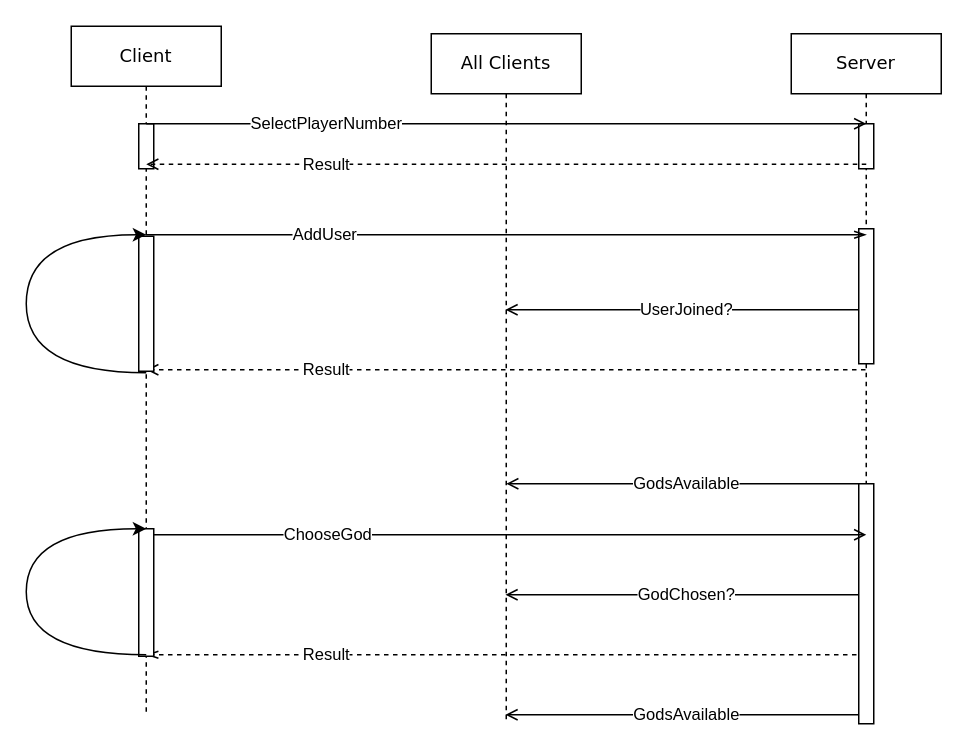
This is page "Page-1" (1 of 4) of uml/communication.drawio from imDema/ing-sw-2020-Centurelli-DeMartini-Deori, a draw.io file, before an edit. Source tidied: cells renumbered, new cells numbered last; positions are measured from the earlier drawing's top-left corner, leaving out a move shared by most shapes. Both pictures are drawn from the tidied source at 150%, with x=0, y=0 at pixel (26, 26).
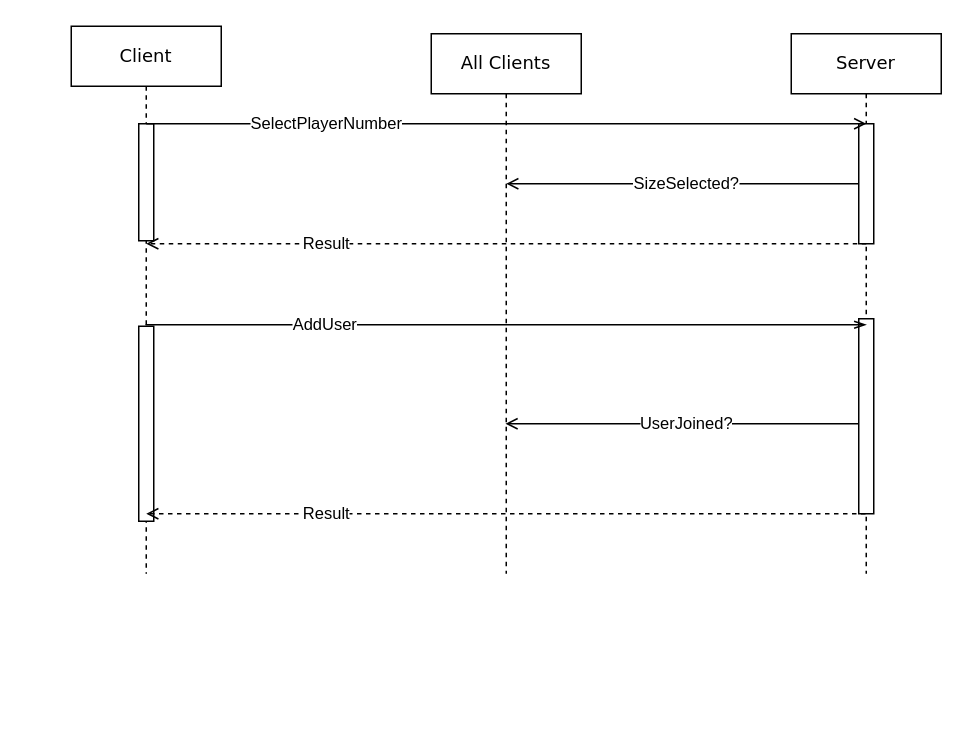
The same page after the edit.

Diff of the diagram source:
```diff
@@
+    <mxCell id="23" value="SizeSelected?" style="edgeStyle=none;rounded=0;orthogonalLoop=1;jettySize=auto;html=1;endArrow=open;endFill=0;" parent="1" edge="1">
+      <mxGeometry relative="1" as="geometry">
+        <mxPoint x="560" y="105" as="sourcePoint" />
+        <mxPoint x="320" y="105" as="targetPoint" />
+        <Array as="points">
+          <mxPoint x="555.5" y="105" />
+        </Array>
+      </mxGeometry>
+    </mxCell>
-    <mxCell id="2" value="UserJoined?" style="edgeStyle=none;rounded=0;jettySize=auto;html=1;endArrow=open;endFill=0;" parent="1" edge="1" source="8" target="17">
+    <mxCell id="2" value="UserJoined?" style="edgeStyle=none;rounded=0;orthogonalLoop=1;jettySize=auto;html=1;endArrow=open;endFill=0;" parent="1" edge="1">
       <mxGeometry relative="1" as="geometry">
+        <mxPoint x="559.5" y="265" as="sourcePoint" />
+        <mxPoint x="319.5" y="265" as="targetPoint" />
         <Array as="points">
-          <mxPoint x="555" y="189" />
+          <mxPoint x="555" y="265" />
         </Array>
       </mxGeometry>
     </mxCell>
-    <mxCell id="3" value="Result" style="edgeStyle=none;rounded=0;jettySize=auto;html=1;dashed=1;endArrow=open;endFill=0;" parent="1" edge="1" source="8">
-      <mxGeometry x="0.5" relative="1" as="geometry">
-        <mxPoint x="80" y="229" as="targetPoint" />
-        <Array as="points">
-          <mxPoint x="355" y="229" />
-          <mxPoint x="245" y="229" />
-        </Array>
-      </mxGeometry>
-    </mxCell>
-    <mxCell id="4" value="GodsAvailable" style="edgeStyle=none;rounded=0;orthogonalLoop=1;jettySize=auto;html=1;endArrow=open;endFill=0;" parent="1" edge="1">
-      <mxGeometry relative="1" as="geometry">
-        <mxPoint x="560" y="305" as="sourcePoint" />
-        <mxPoint x="320" y="305" as="targetPoint" />
-      </mxGeometry>
-    </mxCell>
-    <mxCell id="5" value="Result" style="rounded=0;jettySize=auto;html=1;endArrow=openThin;endFill=0;dashed=1;" parent="1" edge="1" source="8">
-      <mxGeometry x="0.5" relative="1" as="geometry">
-        <mxPoint x="80" y="419" as="targetPoint" />
-      </mxGeometry>
-    </mxCell>
-    <mxCell id="6" value="GodsAvailable" style="edgeStyle=none;rounded=0;jettySize=auto;html=1;endArrow=open;endFill=0;" parent="1" edge="1" target="17">
-      <mxGeometry x="0.24" relative="1" as="geometry">
-        <mxPoint x="474.5" y="459" as="sourcePoint" />
-        <Array as="points">
-          <mxPoint x="555" y="459" />
-        </Array>
-      </mxGeometry>
-    </mxCell>
-    <mxCell id="7" value="GodChosen?" style="edgeStyle=none;rounded=0;jettySize=auto;html=1;endArrow=open;endFill=0;" parent="1" edge="1" target="17">
-      <mxGeometry x="0.25" relative="1" as="geometry">
-        <mxPoint x="480" y="379" as="sourcePoint" />
-        <Array as="points">
-          <mxPoint x="560" y="379" />
-        </Array>
-      </mxGeometry>
-    </mxCell>
     <mxCell id="8" value="Server" style="shape=umlLifeline;perimeter=lifelinePerimeter;whiteSpace=wrap;html=1;outlineConnect=0;rounded=0;shadow=0;comic=0;labelBackgroundColor=none;strokeWidth=1;fontFamily=Verdana;fontSize=12;align=center;" parent="1" vertex="1">
-      <mxGeometry x="510" y="5" width="100" height="450" as="geometry" />
+      <mxGeometry x="510" y="5" width="100" height="360" as="geometry" />
     </mxCell>
     <mxCell id="9" style="html=1;perimeter=orthogonalPerimeter;" parent="8" vertex="1">
-      <mxGeometry x="45" y="130" width="10" height="90" as="geometry" />
+      <mxGeometry x="45" y="190" width="10" height="130" as="geometry" />
     </mxCell>
-    <mxCell id="10" style="html=1;perimeter=orthogonalPerimeter;" parent="8" vertex="1">
-      <mxGeometry x="45" y="300" width="10" height="160" as="geometry" />
-    </mxCell>
     <mxCell id="11" style="html=1;perimeter=orthogonalPerimeter;" parent="8" vertex="1">
-      <mxGeometry x="45" y="60" width="10" height="30" as="geometry" />
+      <mxGeometry x="45" y="60" width="10" height="80" as="geometry" />
     </mxCell>
-    <mxCell id="12" value="ChooseGod" style="rounded=0;orthogonalLoop=1;jettySize=auto;html=1;endArrow=open;endFill=0;" parent="1" edge="1">
-      <mxGeometry x="-0.51" relative="1" as="geometry">
-        <mxPoint x="84.5" y="339" as="sourcePoint" />
-        <mxPoint x="560" y="339" as="targetPoint" />
-      </mxGeometry>
-    </mxCell>
     <mxCell id="13" value="Client" style="shape=umlLifeline;perimeter=lifelinePerimeter;whiteSpace=wrap;html=1;outlineConnect=0;rounded=0;shadow=0;comic=0;labelBackgroundColor=none;strokeWidth=1;fontFamily=Verdana;fontSize=12;align=center;" parent="1" vertex="1">
-      <mxGeometry x="30" width="100" height="460" as="geometry" />
+      <mxGeometry x="30" width="100" height="365" as="geometry" />
     </mxCell>
     <mxCell id="14" style="html=1;perimeter=orthogonalPerimeter;" parent="13" vertex="1">
-      <mxGeometry x="45" y="140" width="10" height="90" as="geometry" />
+      <mxGeometry x="45" y="200" width="10" height="130" as="geometry" />
     </mxCell>
-    <mxCell id="15" style="html=1;perimeter=orthogonalPerimeter;" parent="13" vertex="1">
-      <mxGeometry x="45" y="335" width="10" height="85" as="geometry" />
-    </mxCell>
     <mxCell id="16" style="html=1;perimeter=orthogonalPerimeter;" parent="13" vertex="1">
-      <mxGeometry x="45" y="65" width="10" height="30" as="geometry" />
+      <mxGeometry x="45" y="65" width="10" height="78" as="geometry" />
     </mxCell>
     <mxCell id="17" value="All Clients" style="shape=umlLifeline;perimeter=lifelinePerimeter;whiteSpace=wrap;html=1;outlineConnect=0;rounded=0;shadow=0;comic=0;labelBackgroundColor=none;strokeWidth=1;fontFamily=Verdana;fontSize=12;align=center;" parent="1" vertex="1">
-      <mxGeometry x="270" y="5" width="100" height="460" as="geometry" />
+      <mxGeometry x="270" y="5" width="100" height="360" as="geometry" />
     </mxCell>
-    <mxCell id="18" value="AddUser" style="endArrow=openThin;html=1;endFill=0;" parent="1" edge="1" source="13">
+    <mxCell id="18" value="AddUser" style="endArrow=openThin;html=1;endFill=0;" parent="1" edge="1">
       <mxGeometry x="0.08" y="-140" relative="1" as="geometry">
-        <mxPoint x="560" y="139" as="targetPoint" />
+        <mxPoint x="79.5" y="199" as="sourcePoint" />
+        <mxPoint x="560" y="199" as="targetPoint" />
         <Array as="points">
-          <mxPoint x="340" y="139" />
+          <mxPoint x="340" y="199" />
         </Array>
         <mxPoint x="-140" y="-140" as="offset" />
       </mxGeometry>
     </mxCell>
-    <mxCell id="19" style="endArrow=classic;html=1;edgeStyle=elbowEdgeStyle;curved=1;" parent="1" edge="1">
-      <mxGeometry relative="1" as="geometry">
-        <mxPoint x="80" y="231" as="sourcePoint" />
-        <mxPoint x="80" y="139" as="targetPoint" />
-        <Array as="points">
-          <mxPoint y="169" />
-        </Array>
-      </mxGeometry>
-    </mxCell>
-    <mxCell id="20" style="endArrow=classic;html=1;edgeStyle=elbowEdgeStyle;curved=1;" parent="1" edge="1">
-      <mxGeometry relative="1" as="geometry">
-        <mxPoint x="80" y="419" as="sourcePoint" />
-        <mxPoint x="80" y="335" as="targetPoint" />
-        <Array as="points">
-          <mxPoint y="369" />
-        </Array>
-      </mxGeometry>
-    </mxCell>
@@
     <mxCell id="22" value="Result" style="endArrow=open;html=1;endFill=0;dashed=1;" parent="1" edge="1">
       <mxGeometry x="0.5" relative="1" as="geometry">
-        <mxPoint x="560" y="92" as="sourcePoint" />
-        <mxPoint x="80" y="92" as="targetPoint" />
+        <mxPoint x="560" y="145" as="sourcePoint" />
+        <mxPoint x="80" y="145" as="targetPoint" />
       </mxGeometry>
     </mxCell>
+    <mxCell id="3" value="Result" style="edgeStyle=none;rounded=0;orthogonalLoop=1;jettySize=auto;html=1;dashed=1;endArrow=open;endFill=0;" parent="1" edge="1">
+      <mxGeometry x="0.5" relative="1" as="geometry">
+        <mxPoint x="559.5" y="325" as="sourcePoint" />
+        <mxPoint x="80" y="325" as="targetPoint" />
+        <Array as="points">
+          <mxPoint x="355" y="325" />
+          <mxPoint x="245" y="325" />
+        </Array>
+      </mxGeometry>
+    </mxCell>
```
